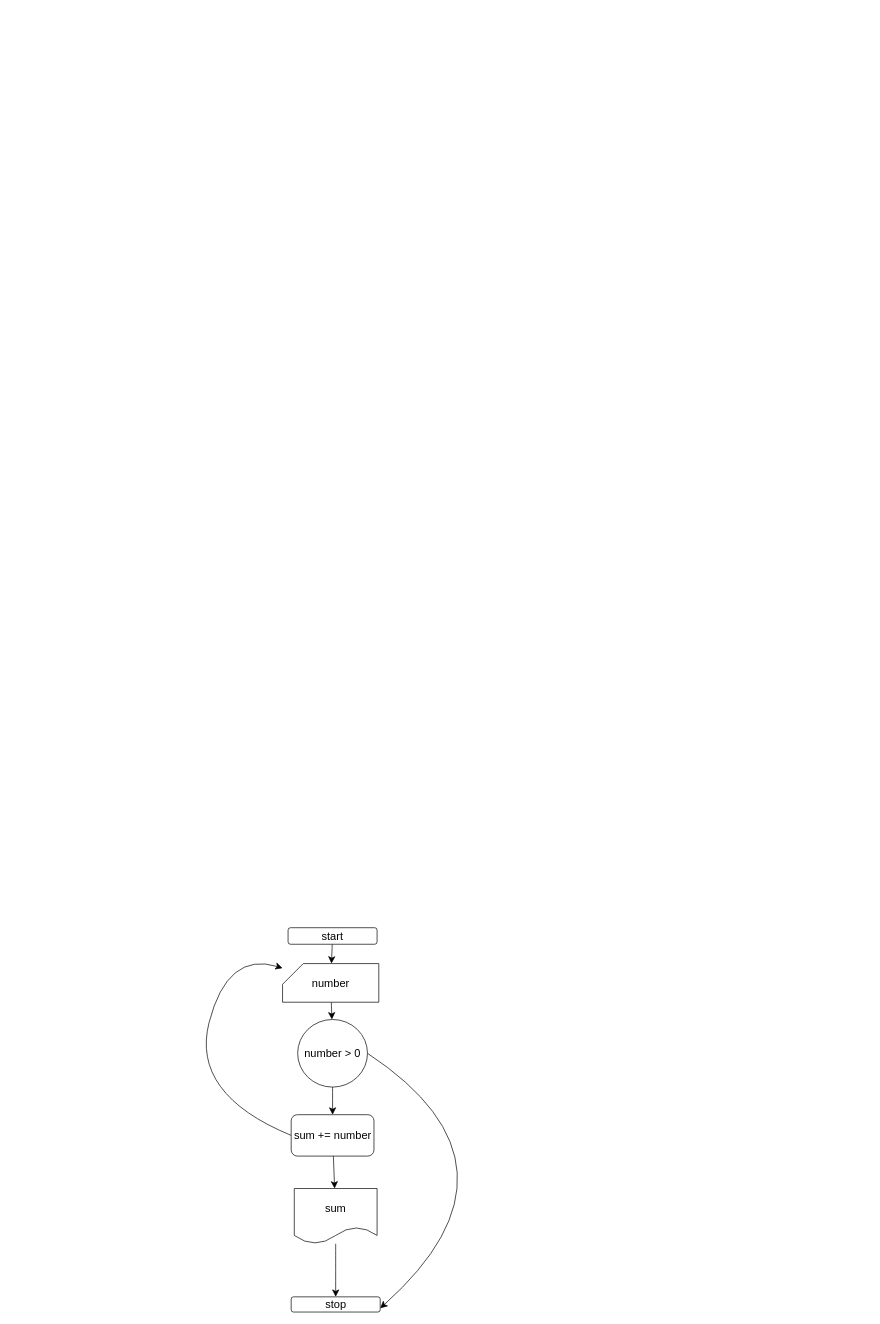
The draw.io diagram שיעורי בית .drawio in shlomtzionm/git, before the edit. Source tidied: cells renumbered, new cells numbered last; positions are measured from the earlier drawing's top-left corner, leaving out a move shared by most shapes. Both pictures are drawn from the tidied source at 69%, with x=0, y=0 at pixel (190, 927).
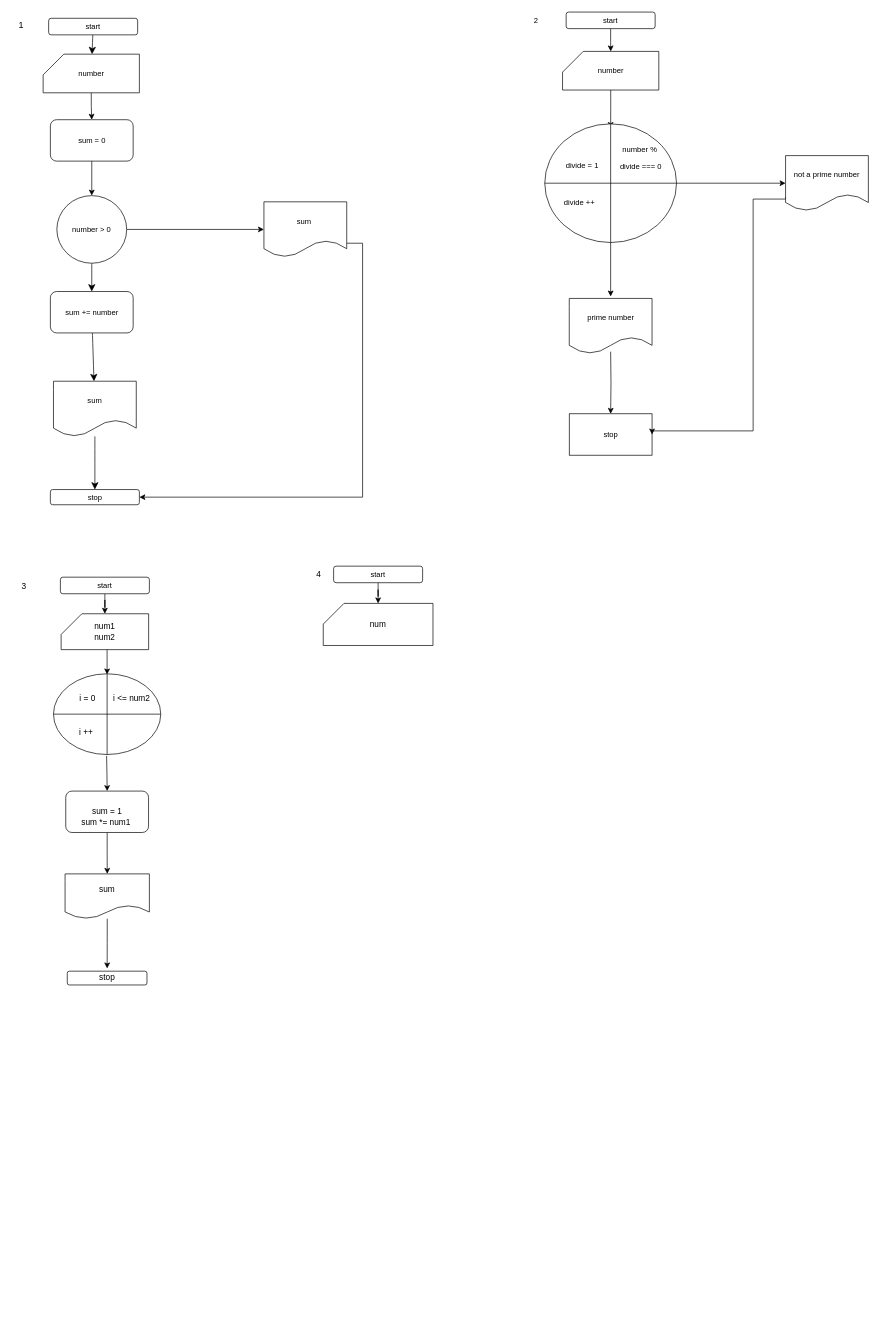
After the change.

Diff of the diagram source:
```diff
@@
-    <mxCell id="2" style="edgeStyle=none;curved=1;rounded=0;jettySize=auto;html=1;fontSize=12;startSize=8;endSize=8;" parent="1" edge="1" source="3" target="5">
+    <mxCell id="2" style="edgeStyle=none;curved=1;rounded=0;jettySize=auto;html=1;fontSize=11;startSize=8;endSize=8;" parent="1" edge="1" source="3" target="5">
       <mxGeometry relative="1" as="geometry" />
     </mxCell>
-    <mxCell id="3" value="start" style="rounded=1;whiteSpace=wrap;html=1;fontSize=16;" parent="1" vertex="1">
-      <mxGeometry x="141" width="129" height="24" as="geometry" />
+    <mxCell id="3" value="start" style="rounded=1;whiteSpace=wrap;html=1;fontSize=11;" parent="1" vertex="1">
+      <mxGeometry x="-206" y="-1318" width="129" height="24" as="geometry" />
     </mxCell>
-    <mxCell id="4" style="edgeStyle=none;curved=1;rounded=0;jettySize=auto;html=1;fontSize=12;startSize=8;endSize=8;" parent="1" edge="1" source="5" target="9">
-      <mxGeometry relative="1" as="geometry" />
-    </mxCell>
+    <mxCell id="15" style="edgeStyle=orthogonalEdgeStyle;rounded=0;jettySize=auto;html=1;fontSize=11;" parent="1" edge="1" source="5" target="18">
+      <mxGeometry relative="1" as="geometry" />
+    </mxCell>
-    <mxCell id="5" value="number" style="shape=card;whiteSpace=wrap;html=1;fontSize=16;" parent="1" vertex="1">
-      <mxGeometry x="133" y="52" width="139.5" height="56" as="geometry" />
+    <mxCell id="5" value="number" style="shape=card;whiteSpace=wrap;html=1;fontSize=11;" parent="1" vertex="1">
+      <mxGeometry x="-214" y="-1266" width="139.5" height="56" as="geometry" />
     </mxCell>
-    <mxCell id="6" style="edgeStyle=none;curved=1;rounded=0;jettySize=auto;html=1;fontSize=12;startSize=8;endSize=8;exitX=0;exitY=0.5;exitDx=0;exitDy=0;" parent="1" edge="1" source="14" target="5">
-      <mxGeometry relative="1" as="geometry">
-        <Array as="points">
-          <mxPoint y="241" />
-          <mxPoint x="53" y="34" />
-        </Array>
-      </mxGeometry>
-    </mxCell>
-    <mxCell id="7" style="edgeStyle=none;curved=1;rounded=0;jettySize=auto;html=1;fontSize=12;startSize=8;endSize=8;" parent="1" edge="1" source="9" target="14">
+    <mxCell id="7" style="edgeStyle=none;curved=1;rounded=0;jettySize=auto;html=1;fontSize=11;startSize=8;endSize=8;" parent="1" edge="1" source="9" target="14">
       <mxGeometry relative="1" as="geometry" />
     </mxCell>
-    <mxCell id="8" style="edgeStyle=none;curved=1;rounded=0;jettySize=auto;html=1;exitX=1;exitY=0.5;exitDx=0;exitDy=0;fontSize=12;startSize=8;endSize=8;entryX=1;entryY=0.75;entryDx=0;entryDy=0;" parent="1" edge="1" source="9" target="12">
-      <mxGeometry relative="1" as="geometry">
-        <Array as="points">
-          <mxPoint x="504" y="346" />
-        </Array>
-      </mxGeometry>
-    </mxCell>
+    <mxCell id="16" style="edgeStyle=orthogonalEdgeStyle;rounded=0;jettySize=auto;html=1;fontSize=11;" parent="1" edge="1" source="9" target="20">
+      <mxGeometry relative="1" as="geometry" />
+    </mxCell>
-    <mxCell id="9" value="number &amp;gt; 0&lt;br&gt;" style="ellipse;whiteSpace=wrap;html=1;fontSize=16;" parent="1" vertex="1">
-      <mxGeometry x="154.9" y="133" width="101.2" height="98" as="geometry" />
+    <mxCell id="9" value="number &amp;gt; 0&lt;br style=&quot;font-size: 11px;&quot;&gt;" style="ellipse;whiteSpace=wrap;html=1;fontSize=11;" parent="1" vertex="1">
+      <mxGeometry x="-194.1" y="-1061" width="101.2" height="98" as="geometry" />
     </mxCell>
-    <mxCell id="10" style="edgeStyle=none;curved=1;rounded=0;jettySize=auto;html=1;fontSize=12;startSize=8;endSize=8;" parent="1" edge="1" source="11" target="12">
+    <mxCell id="10" style="edgeStyle=none;curved=1;rounded=0;jettySize=auto;html=1;fontSize=11;startSize=8;endSize=8;" parent="1" edge="1" source="11" target="12">
       <mxGeometry relative="1" as="geometry" />
     </mxCell>
-    <mxCell id="11" value="sum" style="shape=document;whiteSpace=wrap;html=1;boundedLbl=1;fontSize=16;" parent="1" vertex="1">
-      <mxGeometry x="150" y="378" width="120" height="80" as="geometry" />
+    <mxCell id="11" value="sum" style="shape=document;whiteSpace=wrap;html=1;boundedLbl=1;fontSize=11;" parent="1" vertex="1">
+      <mxGeometry x="-199" y="-792" width="120" height="80" as="geometry" />
     </mxCell>
-    <mxCell id="12" value="stop" style="rounded=1;whiteSpace=wrap;html=1;fontSize=16;" parent="1" vertex="1">
-      <mxGeometry x="145.5" y="535" width="129" height="22" as="geometry" />
+    <mxCell id="12" value="stop" style="rounded=1;whiteSpace=wrap;html=1;fontSize=11;" parent="1" vertex="1">
+      <mxGeometry x="-203.5" y="-635" width="129" height="22" as="geometry" />
     </mxCell>
-    <mxCell id="13" style="edgeStyle=none;curved=1;rounded=0;jettySize=auto;html=1;fontSize=12;startSize=8;endSize=8;" parent="1" edge="1" source="14" target="11">
+    <mxCell id="13" style="edgeStyle=none;curved=1;rounded=0;jettySize=auto;html=1;fontSize=11;startSize=8;endSize=8;" parent="1" edge="1" source="14" target="11">
       <mxGeometry relative="1" as="geometry" />
     </mxCell>
-    <mxCell id="14" value="sum += number" style="rounded=1;whiteSpace=wrap;html=1;fontSize=16;" parent="1" vertex="1">
-      <mxGeometry x="145.5" y="271" width="120" height="60" as="geometry" />
+    <mxCell id="14" value="sum += number" style="rounded=1;whiteSpace=wrap;html=1;fontSize=11;" parent="1" vertex="1">
+      <mxGeometry x="-203.5" y="-922" width="120" height="60" as="geometry" />
     </mxCell>
+    <mxCell id="17" style="edgeStyle=orthogonalEdgeStyle;rounded=0;jettySize=auto;html=1;fontSize=11;" parent="1" edge="1" source="18" target="9">
+      <mxGeometry relative="1" as="geometry" />
+    </mxCell>
+    <mxCell id="18" value="sum = 0" style="rounded=1;whiteSpace=wrap;html=1;fontSize=11;" parent="1" vertex="1">
+      <mxGeometry x="-203.5" y="-1171" width="120" height="60" as="geometry" />
+    </mxCell>
+    <mxCell id="19" style="edgeStyle=orthogonalEdgeStyle;rounded=0;jettySize=auto;html=1;exitX=1;exitY=0.75;exitDx=0;exitDy=0;entryX=1;entryY=0.5;entryDx=0;entryDy=0;fontSize=11;" parent="1" edge="1" source="20" target="12">
+      <mxGeometry relative="1" as="geometry">
+        <Array as="points">
+          <mxPoint x="249" y="-992" />
+          <mxPoint x="249" y="-624" />
+        </Array>
+      </mxGeometry>
+    </mxCell>
+    <mxCell id="20" value="sum&amp;nbsp;" style="shape=document;whiteSpace=wrap;html=1;boundedLbl=1;fontSize=11;" parent="1" vertex="1">
+      <mxGeometry x="106" y="-1052" width="120" height="80" as="geometry" />
+    </mxCell>
+    <mxCell id="21" value="1" style="text;html=1;align=center;verticalAlign=middle;strokeColor=none;fillColor=none;fontSize=13;" parent="1" vertex="1">
+      <mxGeometry x="-259" y="-1322" width="25" height="28" as="geometry" />
+    </mxCell>
+    <mxCell id="22" value="2" style="text;html=1;align=center;verticalAlign=middle;strokeColor=none;fillColor=none;fontSize=11;" parent="1" vertex="1">
+      <mxGeometry x="488" y="-1327" width="24" height="25" as="geometry" />
+    </mxCell>
+    <mxCell id="23" style="edgeStyle=orthogonalEdgeStyle;rounded=0;jettySize=auto;html=1;fontSize=11;" parent="1" edge="1" source="24" target="26">
+      <mxGeometry relative="1" as="geometry" />
+    </mxCell>
+    <mxCell id="24" value="start" style="rounded=1;whiteSpace=wrap;html=1;fontSize=11;" parent="1" vertex="1">
+      <mxGeometry x="544" y="-1327" width="129" height="24" as="geometry" />
+    </mxCell>
+    <mxCell id="25" style="edgeStyle=orthogonalEdgeStyle;rounded=0;jettySize=auto;html=1;fontSize=11;" parent="1" edge="1" source="26">
+      <mxGeometry relative="1" as="geometry">
+        <mxPoint x="608.5" y="-1159" as="targetPoint" />
+      </mxGeometry>
+    </mxCell>
+    <mxCell id="26" value="number" style="shape=card;whiteSpace=wrap;html=1;fontSize=11;" parent="1" vertex="1">
+      <mxGeometry x="538.8" y="-1270" width="139.5" height="56" as="geometry" />
+    </mxCell>
+    <mxCell id="27" style="edgeStyle=orthogonalEdgeStyle;rounded=0;orthogonalLoop=1;jettySize=auto;html=1;fontSize=11;" parent="1" edge="1">
+      <mxGeometry relative="1" as="geometry">
+        <mxPoint x="608.5" y="-1022.9" as="sourcePoint" />
+        <mxPoint x="608.5" y="-914.8" as="targetPoint" />
+      </mxGeometry>
+    </mxCell>
+    <mxCell id="28" value="prime number" style="shape=document;whiteSpace=wrap;html=1;boundedLbl=1;fontSize=11;" parent="1" vertex="1">
+      <mxGeometry x="548.5" y="-912" width="120" height="80" as="geometry" />
+    </mxCell>
+    <mxCell id="29" style="edgeStyle=orthogonalEdgeStyle;rounded=0;jettySize=auto;html=1;fontSize=11;" parent="1" edge="1" target="30">
+      <mxGeometry relative="1" as="geometry">
+        <mxPoint x="608.5" y="-834.8" as="sourcePoint" />
+      </mxGeometry>
+    </mxCell>
+    <mxCell id="30" value="stop" style="whiteSpace=wrap;html=1;fontSize=11;" parent="1" vertex="1">
+      <mxGeometry x="548.5" y="-744.8" width="120" height="60" as="geometry" />
+    </mxCell>
+    <mxCell id="31" style="shape=orEllipse;perimeter=ellipsePerimeter;whiteSpace=wrap;html=1;backgroundOutline=1;fontSize=11;" parent="1" vertex="1">
+      <mxGeometry x="513" y="-1165" width="191" height="172" as="geometry" />
+    </mxCell>
+    <mxCell id="32" value="divide = 1" style="text;html=1;align=center;verticalAlign=middle;strokeColor=none;fillColor=none;fontSize=11;" parent="1" vertex="1">
+      <mxGeometry x="534" y="-1118" width="65" height="25" as="geometry" />
+    </mxCell>
+    <mxCell id="33" style="edgeStyle=orthogonalEdgeStyle;rounded=0;jettySize=auto;html=1;exitX=1;exitY=0.5;exitDx=0;exitDy=0;fontSize=11;" parent="1" edge="1" source="31" target="37">
+      <mxGeometry relative="1" as="geometry" />
+    </mxCell>
+    <mxCell id="34" value="&lt;blockquote style=&quot;margin: 0px 0px 0px 40px; border: none; padding: 0px; font-size: 11px;&quot;&gt;&lt;p style=&quot;line-height: 130%; font-size: 11px;&quot;&gt;&lt;span style=&quot;background-color: initial; font-size: 11px;&quot;&gt;number %&amp;nbsp;&lt;/span&gt;&lt;/p&gt;&lt;p style=&quot;line-height: 130%; font-size: 11px;&quot;&gt;&lt;span style=&quot;background-color: initial; font-size: 11px;&quot;&gt;divide === 0&lt;/span&gt;&lt;/p&gt;&lt;/blockquote&gt;" style="text;html=1;align=center;verticalAlign=middle;strokeColor=none;fillColor=none;fontSize=11;rotation=0;labelPosition=center;verticalLabelPosition=middle;" parent="1" vertex="1">
+      <mxGeometry x="573" y="-1153" width="118" height="74" as="geometry" />
+    </mxCell>
+    <mxCell id="35" value="divide ++" style="text;html=1;align=center;verticalAlign=middle;strokeColor=none;fillColor=none;fontSize=11;" parent="1" vertex="1">
+      <mxGeometry x="531" y="-1064" width="63" height="25" as="geometry" />
+    </mxCell>
+    <mxCell id="36" style="edgeStyle=orthogonalEdgeStyle;rounded=0;jettySize=auto;html=1;exitX=0;exitY=0.75;exitDx=0;exitDy=0;entryX=1;entryY=0.5;entryDx=0;entryDy=0;fontSize=11;" parent="1" edge="1" source="37" target="30">
+      <mxGeometry relative="1" as="geometry">
+        <Array as="points">
+          <mxPoint x="815" y="-1056" />
+          <mxPoint x="815" y="-720" />
+          <mxPoint x="669" y="-720" />
+        </Array>
+      </mxGeometry>
+    </mxCell>
+    <mxCell id="37" value="not a prime number" style="shape=document;whiteSpace=wrap;html=1;boundedLbl=1;fontSize=11;" parent="1" vertex="1">
+      <mxGeometry x="862" y="-1119" width="120" height="80" as="geometry" />
+    </mxCell>
+    <mxCell id="38" value="3" style="text;html=1;align=center;verticalAlign=middle;strokeColor=none;fillColor=none;" parent="1" vertex="1">
+      <mxGeometry x="-255" y="-508" width="25" height="26" as="geometry" />
+    </mxCell>
+    <mxCell id="39" style="edgeStyle=orthogonalEdgeStyle;rounded=0;jettySize=auto;html=1;" parent="1" edge="1" source="40" target="42">
+      <mxGeometry relative="1" as="geometry" />
+    </mxCell>
+    <mxCell id="40" value="start" style="rounded=1;whiteSpace=wrap;html=1;fontSize=11;" parent="1" vertex="1">
+      <mxGeometry x="-189" y="-508" width="129" height="24" as="geometry" />
+    </mxCell>
+    <mxCell id="41" style="edgeStyle=orthogonalEdgeStyle;rounded=0;orthogonalLoop=1;jettySize=auto;html=1;" parent="1" edge="1">
+      <mxGeometry relative="1" as="geometry">
+        <mxPoint x="-121.3" y="-443" as="sourcePoint" />
+        <mxPoint x="-121.3" y="-367" as="targetPoint" />
+      </mxGeometry>
+    </mxCell>
+    <mxCell id="42" value="num1&lt;br&gt;num2" style="shape=card;whiteSpace=wrap;html=1;" parent="1" vertex="1">
+      <mxGeometry x="-187.9" y="-455" width="126.8" height="52" as="geometry" />
+    </mxCell>
+    <mxCell id="43" style="edgeStyle=orthogonalEdgeStyle;rounded=0;jettySize=auto;html=1;entryX=0.5;entryY=0;entryDx=0;entryDy=0;" parent="1" edge="1" target="49">
+      <mxGeometry relative="1" as="geometry">
+        <mxPoint x="-122" y="-249" as="sourcePoint" />
+      </mxGeometry>
+    </mxCell>
+    <mxCell id="44" style="shape=orEllipse;perimeter=ellipsePerimeter;whiteSpace=wrap;html=1;backgroundOutline=1;" parent="1" vertex="1">
+      <mxGeometry x="-199" y="-368" width="155.5" height="117" as="geometry" />
+    </mxCell>
+    <mxCell id="45" value="i = 0" style="text;html=1;align=center;verticalAlign=middle;strokeColor=none;fillColor=none;" parent="1" vertex="1">
+      <mxGeometry x="-170.8" y="-345" width="41" height="26" as="geometry" />
+    </mxCell>
+    <mxCell id="46" value="i &amp;lt;= num2" style="text;html=1;align=center;verticalAlign=middle;strokeColor=none;fillColor=none;" parent="1" vertex="1">
+      <mxGeometry x="-121.8" y="-345" width="71" height="26" as="geometry" />
+    </mxCell>
+    <mxCell id="47" value="i ++" style="text;html=1;align=center;verticalAlign=middle;strokeColor=none;fillColor=none;" parent="1" vertex="1">
+      <mxGeometry x="-170.8" y="-296" width="38" height="26" as="geometry" />
+    </mxCell>
+    <mxCell id="48" style="edgeStyle=orthogonalEdgeStyle;rounded=0;jettySize=auto;html=1;" parent="1" edge="1" source="49" target="51">
+      <mxGeometry relative="1" as="geometry" />
+    </mxCell>
+    <mxCell id="49" value="&lt;br&gt;sum = 1&lt;br&gt;sum *= num1&amp;nbsp;" style="rounded=1;whiteSpace=wrap;html=1;" parent="1" vertex="1">
+      <mxGeometry x="-181.2" y="-198" width="120" height="60" as="geometry" />
+    </mxCell>
+    <mxCell id="50" style="edgeStyle=orthogonalEdgeStyle;rounded=0;jettySize=auto;html=1;" parent="1" edge="1" source="51">
+      <mxGeometry relative="1" as="geometry">
+        <mxPoint x="-121.2" y="59" as="targetPoint" />
+      </mxGeometry>
+    </mxCell>
+    <mxCell id="51" value="sum" style="shape=document;whiteSpace=wrap;html=1;boundedLbl=1;rounded=1;" parent="1" vertex="1">
+      <mxGeometry x="-182.2" y="-78" width="122.2" height="65" as="geometry" />
+    </mxCell>
+    <mxCell id="52" value="stop" style="rounded=1;whiteSpace=wrap;html=1;" parent="1" vertex="1">
+      <mxGeometry x="-179" y="63" width="115.5" height="20" as="geometry" />
+    </mxCell>
+    <mxCell id="53" value="4" style="text;html=1;align=center;verticalAlign=middle;strokeColor=none;fillColor=none;" parent="1" vertex="1">
+      <mxGeometry x="172" y="-525" width="25" height="26" as="geometry" />
+    </mxCell>
+    <mxCell id="54" style="edgeStyle=orthogonalEdgeStyle;rounded=0;jettySize=auto;html=1;" parent="1" edge="1" source="55" target="56">
+      <mxGeometry relative="1" as="geometry" />
+    </mxCell>
+    <mxCell id="55" value="start" style="rounded=1;whiteSpace=wrap;html=1;fontSize=11;" parent="1" vertex="1">
+      <mxGeometry x="207" y="-524" width="129" height="24" as="geometry" />
+    </mxCell>
+    <mxCell id="56" value="num" style="shape=card;whiteSpace=wrap;html=1;" parent="1" vertex="1">
+      <mxGeometry x="192" y="-470" width="159" height="61" as="geometry" />
+    </mxCell>
```
